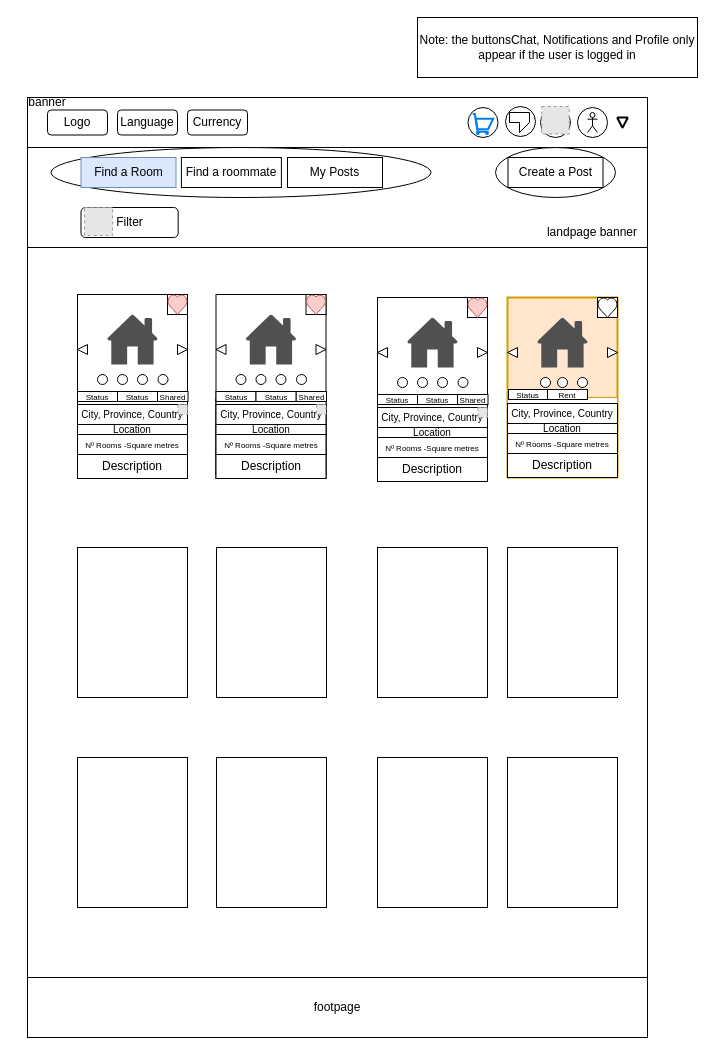
This is CroquisWeb/DrawIO/Landpage (logged in).drawio from sofwarebakery/CroquisWeb, a draw.io file, before an edit. Source tidied: cells renumbered, new cells numbered last; positions are measured from the earlier drawing's top-left corner, leaving out a move shared by most shapes. Both pictures are drawn from the tidied source at 100%, with x=0, y=0 at pixel (17, 17). Pictures stored in the file or linked from it are replaced by grey dashed boxes.
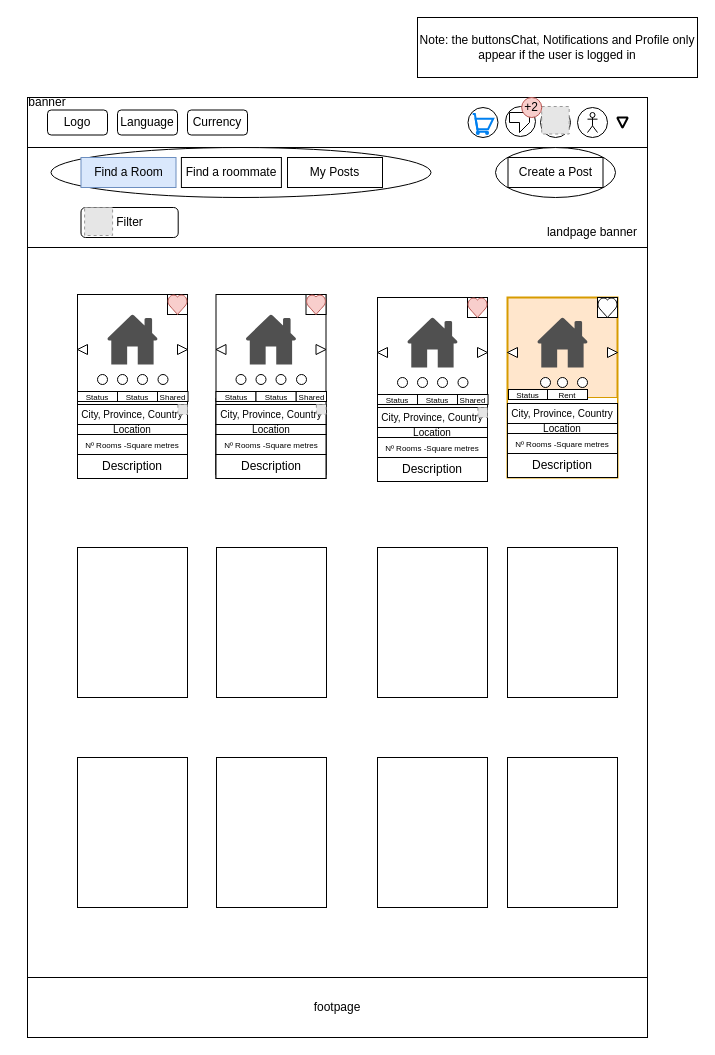
The same diagram, later.

What changed in the source:
```diff
@@
+    <mxCell id="110" value="+2" style="ellipse;whiteSpace=wrap;html=1;fillColor=#f8cecc;strokeColor=#b85450;" parent="1" vertex="1">
+      <mxGeometry x="504.2" y="80" width="20" height="20" as="geometry" />
+    </mxCell>
```
